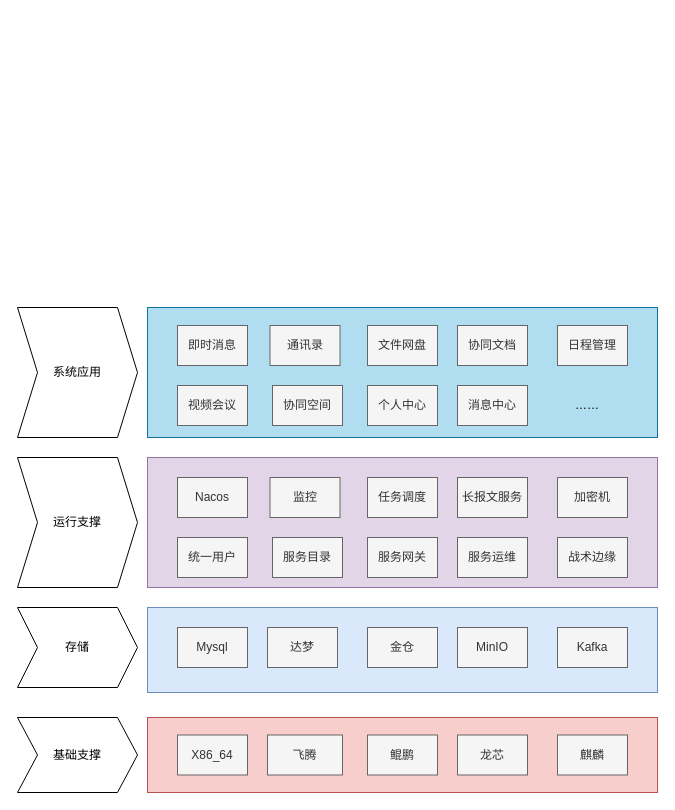
wangh0911/drawio keeps this draw.io diagram as 系统架构图.drawio. Above is the earlier version. Source tidied: cells renumbered, new cells numbered last; positions are measured from the earlier drawing's top-left corner, leaving out a move shared by most shapes. Both pictures are drawn from the tidied source at 100%, with x=0, y=0 at pixel (17, 307).
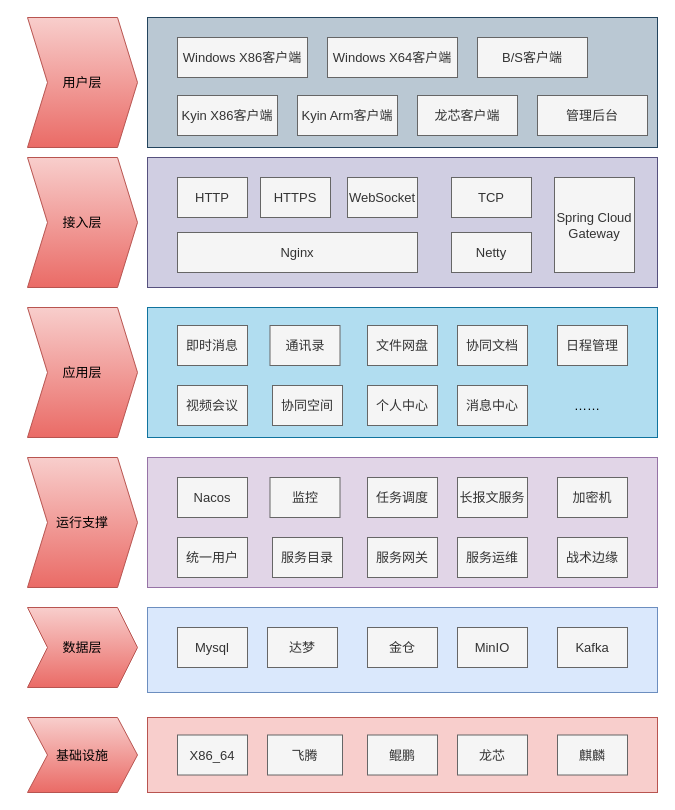
Above is the later version.

Commit message:
更新系统架构图.drawio

Diff of the diagram source:
```diff
@@
-    <mxCell id="2" style="rounded=0;whiteSpace=wrap;html=1;fillColor=#f8cecc;strokeColor=#b85450;" parent="1" vertex="1">
+    <mxCell id="2" style="rounded=0;whiteSpace=wrap;html=1;fillColor=#f8cecc;strokeColor=#b85450;fontSize=13;" parent="1" vertex="1">
       <mxGeometry x="130" y="410" width="510" height="75" as="geometry" />
     </mxCell>
-    <mxCell id="3" style="rounded=0;whiteSpace=wrap;html=1;fillColor=#dae8fc;strokeColor=#6c8ebf;" parent="1" vertex="1">
+    <mxCell id="3" style="rounded=0;whiteSpace=wrap;html=1;fillColor=#dae8fc;strokeColor=#6c8ebf;fontSize=13;" parent="1" vertex="1">
       <mxGeometry x="130" y="300" width="510" height="85" as="geometry" />
     </mxCell>
-    <mxCell id="4" value="存储" style="shape=step;perimeter=stepPerimeter;whiteSpace=wrap;html=1;fixedSize=1;" parent="1" vertex="1">
-      <mxGeometry y="300" width="120" height="80" as="geometry" />
+    <mxCell id="4" value="数据层" style="shape=step;perimeter=stepPerimeter;whiteSpace=wrap;html=1;fixedSize=1;fillColor=#f8cecc;strokeColor=#b85450;gradientColor=#ea6b66;fontSize=13;" parent="1" vertex="1">
+      <mxGeometry x="10" y="300" width="110" height="80" as="geometry" />
     </mxCell>
-    <mxCell id="5" value="Mysql" style="rounded=0;whiteSpace=wrap;html=1;fillColor=#f5f5f5;fontColor=#333333;strokeColor=#666666;" parent="1" vertex="1">
+    <mxCell id="5" value="Mysql" style="rounded=0;whiteSpace=wrap;html=1;fillColor=#f5f5f5;fontColor=#333333;strokeColor=#666666;fontSize=13;" parent="1" vertex="1">
       <mxGeometry x="160" y="320" width="70" height="40" as="geometry" />
     </mxCell>
-    <mxCell id="6" value="达梦" style="rounded=0;whiteSpace=wrap;html=1;fillColor=#f5f5f5;fontColor=#333333;strokeColor=#666666;" parent="1" vertex="1">
+    <mxCell id="6" value="达梦" style="rounded=0;whiteSpace=wrap;html=1;fillColor=#f5f5f5;fontColor=#333333;strokeColor=#666666;fontSize=13;" parent="1" vertex="1">
       <mxGeometry x="250" y="320" width="70" height="40" as="geometry" />
     </mxCell>
-    <mxCell id="7" value="金仓" style="rounded=0;whiteSpace=wrap;html=1;fillColor=#f5f5f5;fontColor=#333333;strokeColor=#666666;" parent="1" vertex="1">
+    <mxCell id="7" value="金仓" style="rounded=0;whiteSpace=wrap;html=1;fillColor=#f5f5f5;fontColor=#333333;strokeColor=#666666;fontSize=13;" parent="1" vertex="1">
       <mxGeometry x="350" y="320" width="70" height="40" as="geometry" />
     </mxCell>
-    <mxCell id="8" value="X86_64" style="rounded=0;whiteSpace=wrap;html=1;fillColor=#f5f5f5;fontColor=#333333;strokeColor=#666666;" parent="1" vertex="1">
+    <mxCell id="8" value="X86_64" style="rounded=0;whiteSpace=wrap;html=1;fillColor=#f5f5f5;fontColor=#333333;strokeColor=#666666;fontSize=13;" parent="1" vertex="1">
       <mxGeometry x="160" y="427.5" width="70" height="40" as="geometry" />
     </mxCell>
-    <mxCell id="9" value="MinIO" style="rounded=0;whiteSpace=wrap;html=1;fillColor=#f5f5f5;fontColor=#333333;strokeColor=#666666;" parent="1" vertex="1">
+    <mxCell id="9" value="MinIO" style="rounded=0;whiteSpace=wrap;html=1;fillColor=#f5f5f5;fontColor=#333333;strokeColor=#666666;fontSize=13;" parent="1" vertex="1">
       <mxGeometry x="440" y="320" width="70" height="40" as="geometry" />
     </mxCell>
-    <mxCell id="10" value="Kafka" style="rounded=0;whiteSpace=wrap;html=1;fillColor=#f5f5f5;fontColor=#333333;strokeColor=#666666;" parent="1" vertex="1">
+    <mxCell id="10" value="Kafka" style="rounded=0;whiteSpace=wrap;html=1;fillColor=#f5f5f5;fontColor=#333333;strokeColor=#666666;fontSize=13;" parent="1" vertex="1">
       <mxGeometry x="540" y="320" width="70" height="40" as="geometry" />
     </mxCell>
-    <mxCell id="11" value="基础支撑" style="shape=step;perimeter=stepPerimeter;whiteSpace=wrap;html=1;fixedSize=1;" parent="1" vertex="1">
-      <mxGeometry y="410" width="120" height="75" as="geometry" />
+    <mxCell id="11" value="基础设施" style="shape=step;perimeter=stepPerimeter;whiteSpace=wrap;html=1;fixedSize=1;fillColor=#f8cecc;strokeColor=#b85450;gradientColor=#ea6b66;fontSize=13;" parent="1" vertex="1">
+      <mxGeometry x="10" y="410" width="110" height="75" as="geometry" />
     </mxCell>
-    <mxCell id="12" value="飞腾" style="rounded=0;whiteSpace=wrap;html=1;fillColor=#f5f5f5;fontColor=#333333;strokeColor=#666666;" parent="1" vertex="1">
+    <mxCell id="12" value="飞腾" style="rounded=0;whiteSpace=wrap;html=1;fillColor=#f5f5f5;fontColor=#333333;strokeColor=#666666;fontSize=13;" parent="1" vertex="1">
       <mxGeometry x="250" y="427.5" width="75" height="40" as="geometry" />
     </mxCell>
-    <mxCell id="13" value="鲲鹏" style="rounded=0;whiteSpace=wrap;html=1;fillColor=#f5f5f5;fontColor=#333333;strokeColor=#666666;" parent="1" vertex="1">
+    <mxCell id="13" value="鲲鹏" style="rounded=0;whiteSpace=wrap;html=1;fillColor=#f5f5f5;fontColor=#333333;strokeColor=#666666;fontSize=13;" parent="1" vertex="1">
       <mxGeometry x="350" y="427.5" width="70" height="40" as="geometry" />
     </mxCell>
-    <mxCell id="14" value="龙芯" style="rounded=0;whiteSpace=wrap;html=1;fillColor=#f5f5f5;fontColor=#333333;strokeColor=#666666;" parent="1" vertex="1">
+    <mxCell id="14" value="龙芯" style="rounded=0;whiteSpace=wrap;html=1;fillColor=#f5f5f5;fontColor=#333333;strokeColor=#666666;fontSize=13;" parent="1" vertex="1">
       <mxGeometry x="440" y="427.5" width="70" height="40" as="geometry" />
     </mxCell>
-    <mxCell id="15" value="麒麟" style="rounded=0;whiteSpace=wrap;html=1;fillColor=#f5f5f5;fontColor=#333333;strokeColor=#666666;" parent="1" vertex="1">
+    <mxCell id="15" value="麒麟" style="rounded=0;whiteSpace=wrap;html=1;fillColor=#f5f5f5;fontColor=#333333;strokeColor=#666666;fontSize=13;" parent="1" vertex="1">
       <mxGeometry x="540" y="427.5" width="70" height="40" as="geometry" />
     </mxCell>
-    <mxCell id="16" value="运行支撑" style="shape=step;perimeter=stepPerimeter;whiteSpace=wrap;html=1;fixedSize=1;" parent="1" vertex="1">
-      <mxGeometry y="150" width="120" height="130" as="geometry" />
+    <mxCell id="16" value="运行支撑" style="shape=step;perimeter=stepPerimeter;whiteSpace=wrap;html=1;fixedSize=1;fillColor=#f8cecc;strokeColor=#b85450;gradientColor=#ea6b66;fontSize=13;" parent="1" vertex="1">
+      <mxGeometry x="10" y="150" width="110" height="130" as="geometry" />
     </mxCell>
-    <mxCell id="17" style="rounded=0;whiteSpace=wrap;html=1;fillColor=#e1d5e7;strokeColor=#9673a6;" parent="1" vertex="1">
+    <mxCell id="17" style="rounded=0;whiteSpace=wrap;html=1;fillColor=#e1d5e7;strokeColor=#9673a6;fontSize=13;" parent="1" vertex="1">
       <mxGeometry x="130" y="150" width="510" height="130" as="geometry" />
     </mxCell>
-    <mxCell id="18" value="Nacos" style="rounded=0;whiteSpace=wrap;html=1;fillColor=#f5f5f5;fontColor=#333333;strokeColor=#666666;" parent="1" vertex="1">
+    <mxCell id="18" value="Nacos" style="rounded=0;whiteSpace=wrap;html=1;fillColor=#f5f5f5;fontColor=#333333;strokeColor=#666666;fontSize=13;" parent="1" vertex="1">
       <mxGeometry x="160" y="170" width="70" height="40" as="geometry" />
     </mxCell>
-    <mxCell id="19" value="监控" style="rounded=0;whiteSpace=wrap;html=1;fillColor=#f5f5f5;fontColor=#333333;strokeColor=#666666;" parent="1" vertex="1">
+    <mxCell id="19" value="监控" style="rounded=0;whiteSpace=wrap;html=1;fillColor=#f5f5f5;fontColor=#333333;strokeColor=#666666;fontSize=13;" parent="1" vertex="1">
       <mxGeometry x="252.5" y="170" width="70" height="40" as="geometry" />
     </mxCell>
-    <mxCell id="20" value="任务调度" style="rounded=0;whiteSpace=wrap;html=1;fillColor=#f5f5f5;fontColor=#333333;strokeColor=#666666;" parent="1" vertex="1">
+    <mxCell id="20" value="任务调度" style="rounded=0;whiteSpace=wrap;html=1;fillColor=#f5f5f5;fontColor=#333333;strokeColor=#666666;fontSize=13;" parent="1" vertex="1">
       <mxGeometry x="350" y="170" width="70" height="40" as="geometry" />
     </mxCell>
-    <mxCell id="21" value="长报文服务" style="rounded=0;whiteSpace=wrap;html=1;fillColor=#f5f5f5;fontColor=#333333;strokeColor=#666666;" parent="1" vertex="1">
+    <mxCell id="21" value="长报文服务" style="rounded=0;whiteSpace=wrap;html=1;fillColor=#f5f5f5;fontColor=#333333;strokeColor=#666666;fontSize=13;" parent="1" vertex="1">
       <mxGeometry x="440" y="170" width="70" height="40" as="geometry" />
     </mxCell>
-    <mxCell id="22" value="加密机" style="rounded=0;whiteSpace=wrap;html=1;fillColor=#f5f5f5;fontColor=#333333;strokeColor=#666666;" parent="1" vertex="1">
+    <mxCell id="22" value="加密机" style="rounded=0;whiteSpace=wrap;html=1;fillColor=#f5f5f5;fontColor=#333333;strokeColor=#666666;fontSize=13;" parent="1" vertex="1">
       <mxGeometry x="540" y="170" width="70" height="40" as="geometry" />
     </mxCell>
-    <mxCell id="23" value="统一用户" style="rounded=0;whiteSpace=wrap;html=1;fillColor=#f5f5f5;fontColor=#333333;strokeColor=#666666;" parent="1" vertex="1">
+    <mxCell id="23" value="统一用户" style="rounded=0;whiteSpace=wrap;html=1;fillColor=#f5f5f5;fontColor=#333333;strokeColor=#666666;fontSize=13;" parent="1" vertex="1">
       <mxGeometry x="160" y="230" width="70" height="40" as="geometry" />
     </mxCell>
-    <mxCell id="24" value="服务目录" style="rounded=0;whiteSpace=wrap;html=1;fillColor=#f5f5f5;fontColor=#333333;strokeColor=#666666;" parent="1" vertex="1">
+    <mxCell id="24" value="服务目录" style="rounded=0;whiteSpace=wrap;html=1;fillColor=#f5f5f5;fontColor=#333333;strokeColor=#666666;fontSize=13;" parent="1" vertex="1">
       <mxGeometry x="255" y="230" width="70" height="40" as="geometry" />
     </mxCell>
-    <mxCell id="25" value="服务网关" style="rounded=0;whiteSpace=wrap;html=1;fillColor=#f5f5f5;fontColor=#333333;strokeColor=#666666;" parent="1" vertex="1">
+    <mxCell id="25" value="服务网关" style="rounded=0;whiteSpace=wrap;html=1;fillColor=#f5f5f5;fontColor=#333333;strokeColor=#666666;fontSize=13;" parent="1" vertex="1">
       <mxGeometry x="350" y="230" width="70" height="40" as="geometry" />
     </mxCell>
-    <mxCell id="26" value="服务运维" style="rounded=0;whiteSpace=wrap;html=1;fillColor=#f5f5f5;fontColor=#333333;strokeColor=#666666;" parent="1" vertex="1">
+    <mxCell id="26" value="服务运维" style="rounded=0;whiteSpace=wrap;html=1;fillColor=#f5f5f5;fontColor=#333333;strokeColor=#666666;fontSize=13;" parent="1" vertex="1">
       <mxGeometry x="440" y="230" width="70" height="40" as="geometry" />
     </mxCell>
-    <mxCell id="27" value="战术边缘" style="rounded=0;whiteSpace=wrap;html=1;fillColor=#f5f5f5;fontColor=#333333;strokeColor=#666666;" parent="1" vertex="1">
+    <mxCell id="27" value="战术边缘" style="rounded=0;whiteSpace=wrap;html=1;fillColor=#f5f5f5;fontColor=#333333;strokeColor=#666666;fontSize=13;" parent="1" vertex="1">
       <mxGeometry x="540" y="230" width="70" height="40" as="geometry" />
     </mxCell>
-    <mxCell id="28" value="系统应用" style="shape=step;perimeter=stepPerimeter;whiteSpace=wrap;html=1;fixedSize=1;" parent="1" vertex="1">
-      <mxGeometry width="120" height="130" as="geometry" />
+    <mxCell id="28" value="应用层" style="shape=step;perimeter=stepPerimeter;whiteSpace=wrap;html=1;fixedSize=1;fillColor=#f8cecc;strokeColor=#b85450;gradientColor=#ea6b66;fontSize=13;" parent="1" vertex="1">
+      <mxGeometry x="10" width="110" height="130" as="geometry" />
     </mxCell>
-    <mxCell id="29" style="rounded=0;whiteSpace=wrap;html=1;fillColor=#b1ddf0;strokeColor=#10739e;" parent="1" vertex="1">
+    <mxCell id="29" style="rounded=0;whiteSpace=wrap;html=1;fillColor=#b1ddf0;strokeColor=#10739e;fontSize=13;" parent="1" vertex="1">
       <mxGeometry x="130" width="510" height="130" as="geometry" />
     </mxCell>
-    <mxCell id="30" value="即时消息" style="rounded=0;whiteSpace=wrap;html=1;fillColor=#f5f5f5;fontColor=#333333;strokeColor=#666666;" parent="1" vertex="1">
+    <mxCell id="30" value="即时消息" style="rounded=0;whiteSpace=wrap;html=1;fillColor=#f5f5f5;fontColor=#333333;strokeColor=#666666;fontSize=13;" parent="1" vertex="1">
       <mxGeometry x="160" y="18" width="70" height="40" as="geometry" />
     </mxCell>
-    <mxCell id="31" value="通讯录" style="rounded=0;whiteSpace=wrap;html=1;fillColor=#f5f5f5;fontColor=#333333;strokeColor=#666666;" parent="1" vertex="1">
+    <mxCell id="31" value="通讯录" style="rounded=0;whiteSpace=wrap;html=1;fillColor=#f5f5f5;fontColor=#333333;strokeColor=#666666;fontSize=13;" parent="1" vertex="1">
       <mxGeometry x="252.5" y="18" width="70" height="40" as="geometry" />
     </mxCell>
-    <mxCell id="32" value="文件网盘" style="rounded=0;whiteSpace=wrap;html=1;fillColor=#f5f5f5;fontColor=#333333;strokeColor=#666666;" parent="1" vertex="1">
+    <mxCell id="32" value="文件网盘" style="rounded=0;whiteSpace=wrap;html=1;fillColor=#f5f5f5;fontColor=#333333;strokeColor=#666666;fontSize=13;" parent="1" vertex="1">
       <mxGeometry x="350" y="18" width="70" height="40" as="geometry" />
     </mxCell>
-    <mxCell id="33" value="协同文档" style="rounded=0;whiteSpace=wrap;html=1;fillColor=#f5f5f5;fontColor=#333333;strokeColor=#666666;" parent="1" vertex="1">
+    <mxCell id="33" value="协同文档" style="rounded=0;whiteSpace=wrap;html=1;fillColor=#f5f5f5;fontColor=#333333;strokeColor=#666666;fontSize=13;" parent="1" vertex="1">
       <mxGeometry x="440" y="18" width="70" height="40" as="geometry" />
     </mxCell>
-    <mxCell id="34" value="日程管理" style="rounded=0;whiteSpace=wrap;html=1;fillColor=#f5f5f5;fontColor=#333333;strokeColor=#666666;" parent="1" vertex="1">
+    <mxCell id="34" value="日程管理" style="rounded=0;whiteSpace=wrap;html=1;fillColor=#f5f5f5;fontColor=#333333;strokeColor=#666666;fontSize=13;" parent="1" vertex="1">
       <mxGeometry x="540" y="18" width="70" height="40" as="geometry" />
     </mxCell>
-    <mxCell id="35" value="视频会议" style="rounded=0;whiteSpace=wrap;html=1;fillColor=#f5f5f5;fontColor=#333333;strokeColor=#666666;" parent="1" vertex="1">
+    <mxCell id="35" value="视频会议" style="rounded=0;whiteSpace=wrap;html=1;fillColor=#f5f5f5;fontColor=#333333;strokeColor=#666666;fontSize=13;" parent="1" vertex="1">
       <mxGeometry x="160" y="78" width="70" height="40" as="geometry" />
     </mxCell>
-    <mxCell id="36" value="协同空间" style="rounded=0;whiteSpace=wrap;html=1;fillColor=#f5f5f5;fontColor=#333333;strokeColor=#666666;" parent="1" vertex="1">
+    <mxCell id="36" value="协同空间" style="rounded=0;whiteSpace=wrap;html=1;fillColor=#f5f5f5;fontColor=#333333;strokeColor=#666666;fontSize=13;" parent="1" vertex="1">
       <mxGeometry x="255" y="78" width="70" height="40" as="geometry" />
     </mxCell>
-    <mxCell id="37" value="个人中心" style="rounded=0;whiteSpace=wrap;html=1;fillColor=#f5f5f5;fontColor=#333333;strokeColor=#666666;" parent="1" vertex="1">
+    <mxCell id="37" value="个人中心" style="rounded=0;whiteSpace=wrap;html=1;fillColor=#f5f5f5;fontColor=#333333;strokeColor=#666666;fontSize=13;" parent="1" vertex="1">
       <mxGeometry x="350" y="78" width="70" height="40" as="geometry" />
     </mxCell>
-    <mxCell id="38" value="……" style="text;html=1;whiteSpace=wrap;strokeColor=none;fillColor=none;align=center;verticalAlign=middle;rounded=0;" parent="1" vertex="1">
+    <mxCell id="38" value="……" style="text;html=1;whiteSpace=wrap;strokeColor=none;fillColor=none;align=center;verticalAlign=middle;rounded=0;fontSize=13;" parent="1" vertex="1">
       <mxGeometry x="540" y="83" width="60" height="30" as="geometry" />
     </mxCell>
-    <mxCell id="39" value="消息中心" style="rounded=0;whiteSpace=wrap;html=1;fillColor=#f5f5f5;fontColor=#333333;strokeColor=#666666;" parent="1" vertex="1">
+    <mxCell id="39" value="消息中心" style="rounded=0;whiteSpace=wrap;html=1;fillColor=#f5f5f5;fontColor=#333333;strokeColor=#666666;fontSize=13;" parent="1" vertex="1">
       <mxGeometry x="440" y="78" width="70" height="40" as="geometry" />
     </mxCell>
+    <mxCell id="40" value="用户层" style="shape=step;perimeter=stepPerimeter;whiteSpace=wrap;html=1;fixedSize=1;fillColor=#f8cecc;strokeColor=#b85450;gradientColor=#ea6b66;fontSize=13;" parent="1" vertex="1">
+      <mxGeometry x="10" y="-290" width="110" height="130" as="geometry" />
+    </mxCell>
+    <mxCell id="41" style="rounded=0;whiteSpace=wrap;html=1;fillColor=#bac8d3;strokeColor=#23445d;fontSize=13;" parent="1" vertex="1">
+      <mxGeometry x="130" y="-290" width="510" height="130" as="geometry" />
+    </mxCell>
+    <mxCell id="42" value="Windows X86客户端" style="rounded=0;whiteSpace=wrap;html=1;fillColor=#f5f5f5;fontColor=#333333;strokeColor=#666666;fontSize=13;" parent="1" vertex="1">
+      <mxGeometry x="160" y="-270" width="130" height="40" as="geometry" />
+    </mxCell>
+    <mxCell id="43" value="Kyin X86客户端" style="rounded=0;whiteSpace=wrap;html=1;fillColor=#f5f5f5;fontColor=#333333;strokeColor=#666666;fontSize=13;" parent="1" vertex="1">
+      <mxGeometry x="160" y="-212" width="100" height="40" as="geometry" />
+    </mxCell>
+    <mxCell id="44" value="Kyin Arm客户端" style="rounded=0;whiteSpace=wrap;html=1;fillColor=#f5f5f5;fontColor=#333333;strokeColor=#666666;fontSize=13;" parent="1" vertex="1">
+      <mxGeometry x="280" y="-212" width="100" height="40" as="geometry" />
+    </mxCell>
+    <mxCell id="45" value="龙芯客户端" style="rounded=0;whiteSpace=wrap;html=1;fillColor=#f5f5f5;fontColor=#333333;strokeColor=#666666;fontSize=13;" parent="1" vertex="1">
+      <mxGeometry x="400" y="-212" width="100" height="40" as="geometry" />
+    </mxCell>
+    <mxCell id="46" value="Windows X64客户端" style="rounded=0;whiteSpace=wrap;html=1;fillColor=#f5f5f5;fontColor=#333333;strokeColor=#666666;fontSize=13;" parent="1" vertex="1">
+      <mxGeometry x="310" y="-270" width="130" height="40" as="geometry" />
+    </mxCell>
+    <mxCell id="47" value="B/S客户端" style="rounded=0;whiteSpace=wrap;html=1;fillColor=#f5f5f5;fontColor=#333333;strokeColor=#666666;fontSize=13;" parent="1" vertex="1">
+      <mxGeometry x="460" y="-270" width="110" height="40" as="geometry" />
+    </mxCell>
+    <mxCell id="48" value="管理后台" style="rounded=0;whiteSpace=wrap;html=1;fillColor=#f5f5f5;fontColor=#333333;strokeColor=#666666;fontSize=13;" parent="1" vertex="1">
+      <mxGeometry x="520" y="-212" width="110" height="40" as="geometry" />
+    </mxCell>
+    <mxCell id="49" value="接入层" style="shape=step;perimeter=stepPerimeter;whiteSpace=wrap;html=1;fixedSize=1;fillColor=#f8cecc;strokeColor=#b85450;gradientColor=#ea6b66;fontSize=13;" parent="1" vertex="1">
+      <mxGeometry x="10" y="-150" width="110" height="130" as="geometry" />
+    </mxCell>
+    <mxCell id="50" style="rounded=0;whiteSpace=wrap;html=1;fillColor=#d0cee2;strokeColor=#56517e;fontSize=13;" parent="1" vertex="1">
+      <mxGeometry x="130" y="-150" width="510" height="130" as="geometry" />
+    </mxCell>
+    <mxCell id="51" value="Nginx" style="rounded=0;whiteSpace=wrap;html=1;fillColor=#f5f5f5;fontColor=#333333;strokeColor=#666666;fontSize=13;" parent="1" vertex="1">
+      <mxGeometry x="160" y="-75" width="240" height="40" as="geometry" />
+    </mxCell>
+    <mxCell id="52" value="TCP" style="rounded=0;whiteSpace=wrap;html=1;fillColor=#f5f5f5;fontColor=#333333;strokeColor=#666666;fontSize=13;" parent="1" vertex="1">
+      <mxGeometry x="434" y="-130" width="80" height="40" as="geometry" />
+    </mxCell>
+    <mxCell id="53" value="HTTP" style="rounded=0;whiteSpace=wrap;html=1;fillColor=#f5f5f5;fontColor=#333333;strokeColor=#666666;fontSize=13;" parent="1" vertex="1">
+      <mxGeometry x="160" y="-130" width="70" height="40" as="geometry" />
+    </mxCell>
+    <mxCell id="54" value="HTTPS" style="rounded=0;whiteSpace=wrap;html=1;fillColor=#f5f5f5;fontColor=#333333;strokeColor=#666666;fontSize=13;" parent="1" vertex="1">
+      <mxGeometry x="243" y="-130" width="70" height="40" as="geometry" />
+    </mxCell>
+    <mxCell id="55" value="WebSocket" style="rounded=0;whiteSpace=wrap;html=1;fillColor=#f5f5f5;fontColor=#333333;strokeColor=#666666;fontSize=13;" parent="1" vertex="1">
+      <mxGeometry x="330" y="-130" width="70" height="40" as="geometry" />
+    </mxCell>
+    <mxCell id="56" value="Netty" style="rounded=0;whiteSpace=wrap;html=1;fillColor=#f5f5f5;fontColor=#333333;strokeColor=#666666;fontSize=13;" parent="1" vertex="1">
+      <mxGeometry x="434" y="-75" width="80" height="40" as="geometry" />
+    </mxCell>
+    <mxCell id="57" value="Spring Cloud Gateway" style="rounded=0;whiteSpace=wrap;html=1;fillColor=#f5f5f5;fontColor=#333333;strokeColor=#666666;fontSize=13;" parent="1" vertex="1">
+      <mxGeometry x="537" y="-130" width="80" height="95" as="geometry" />
+    </mxCell>
```
